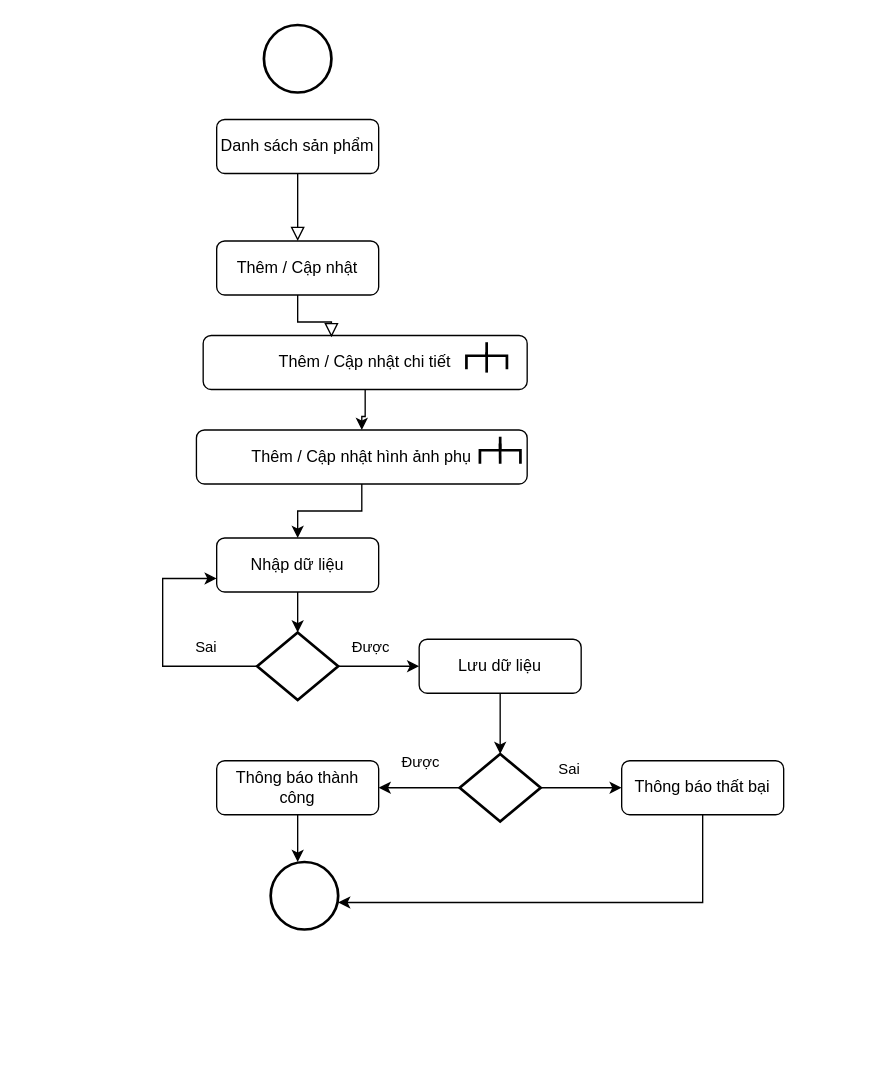
Before: SanPhamFl.drawio in duongquocvu0411/CDSG-CNPM, a draw.io diagram. Source tidied: cells renumbered, new cells numbered last; positions are measured from the earlier drawing's top-left corner, leaving out a move shared by most shapes. Both pictures are drawn from the tidied source at 135%, with x=0, y=0 at pixel (162, 24).
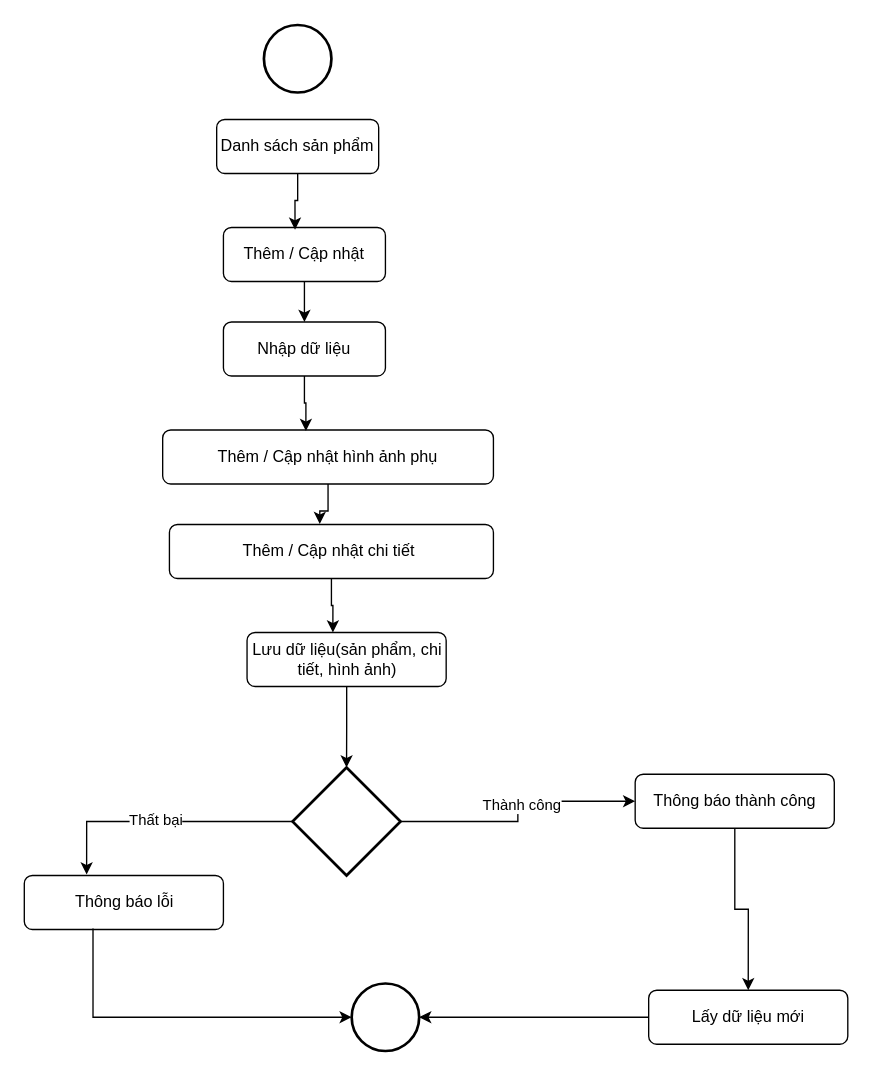
After the change.

The change refers to these unchanged cells:
```xml
<mxCell id="3" value="Danh sách sản phẩm" style="rounded=1;whiteSpace=wrap;html=1;fontSize=12;glass=0;strokeWidth=1;shadow=0;" parent="1" vertex="1">
  <mxGeometry x="40" y="70" width="120" height="40" as="geometry" />
</mxCell>
```

What changed in the source:
```diff
@@
-    <mxCell id="2" style="rounded=0;html=1;jettySize=auto;fontSize=11;endArrow=block;endFill=0;endSize=8;strokeWidth=1;shadow=0;labelBackgroundColor=none;edgeStyle=orthogonalEdgeStyle;" parent="1" edge="1" source="3">
-      <mxGeometry relative="1" as="geometry">
-        <mxPoint x="100" y="160" as="targetPoint" />
-      </mxGeometry>
-    </mxCell>
@@
+    <mxCell id="34" style="edgeStyle=orthogonalEdgeStyle;rounded=0;jettySize=auto;html=1;entryX=0.5;entryY=0;entryDx=0;entryDy=0;" parent="1" edge="1" source="5" target="12">
+      <mxGeometry relative="1" as="geometry" />
+    </mxCell>
     <mxCell id="5" value="Thêm / Cập nhật" style="rounded=1;whiteSpace=wrap;html=1;fontSize=12;glass=0;strokeWidth=1;shadow=0;" parent="1" vertex="1">
-      <mxGeometry x="40" y="160" width="120" height="40" as="geometry" />
+      <mxGeometry x="45" y="150" width="120" height="40" as="geometry" />
     </mxCell>
-    <mxCell id="6" style="edgeStyle=orthogonalEdgeStyle;rounded=0;jettySize=auto;html=1;entryX=0;entryY=0.75;entryDx=0;entryDy=0;" parent="1" edge="1" source="10" target="12">
-      <mxGeometry relative="1" as="geometry">
-        <Array as="points">
-          <mxPoint y="475" />
-          <mxPoint y="410" />
-        </Array>
-      </mxGeometry>
-    </mxCell>
-    <mxCell id="7" value="Sai" style="edgeLabel;html=1;align=center;verticalAlign=middle;" parent="6" vertex="1">
-      <mxGeometry x="-0.55" y="-1" relative="1" as="geometry">
-        <mxPoint y="-14" as="offset" />
-      </mxGeometry>
-    </mxCell>
-    <mxCell id="8" style="edgeStyle=orthogonalEdgeStyle;rounded=0;jettySize=auto;html=1;" parent="1" edge="1" source="10" target="14">
-      <mxGeometry relative="1" as="geometry" />
-    </mxCell>
-    <mxCell id="9" value="Được" style="edgeLabel;html=1;align=center;verticalAlign=middle;" parent="8" vertex="1">
-      <mxGeometry x="-0.23" y="4" relative="1" as="geometry">
-        <mxPoint y="-11" as="offset" />
-      </mxGeometry>
-    </mxCell>
-    <mxCell id="10" style="strokeWidth=2;html=1;shape=mxgraph.flowchart.decision;whiteSpace=wrap;" parent="1" vertex="1">
-      <mxGeometry x="70" y="450" width="60" height="50" as="geometry" />
-    </mxCell>
-    <mxCell id="11" style="edgeStyle=orthogonalEdgeStyle;rounded=0;jettySize=auto;html=1;" parent="1" edge="1" source="12" target="10">
-      <mxGeometry relative="1" as="geometry" />
-    </mxCell>
     <mxCell id="12" value="Nhập dữ liệu" style="rounded=1;whiteSpace=wrap;html=1;fontSize=12;glass=0;strokeWidth=1;shadow=0;" parent="1" vertex="1">
-      <mxGeometry x="40" y="380" width="120" height="40" as="geometry" />
+      <mxGeometry x="45" y="220" width="120" height="40" as="geometry" />
     </mxCell>
-    <mxCell id="13" style="edgeStyle=orthogonalEdgeStyle;rounded=0;jettySize=auto;html=1;" parent="1" edge="1" source="14" target="18">
-      <mxGeometry relative="1" as="geometry" />
-    </mxCell>
+    <mxCell id="35" style="edgeStyle=orthogonalEdgeStyle;rounded=0;jettySize=auto;html=1;" parent="1" edge="1" source="14" target="41">
+      <mxGeometry relative="1" as="geometry" />
+    </mxCell>
-    <mxCell id="14" value="Lưu dữ liệu" style="rounded=1;whiteSpace=wrap;html=1;fontSize=12;glass=0;strokeWidth=1;shadow=0;" parent="1" vertex="1">
-      <mxGeometry x="190" y="455" width="120" height="40" as="geometry" />
+    <mxCell id="14" value="Lưu dữ liệu(sản phẩm, chi tiết, hình ảnh)" style="rounded=1;whiteSpace=wrap;html=1;fontSize=12;glass=0;strokeWidth=1;shadow=0;" parent="1" vertex="1">
+      <mxGeometry x="62.5" y="450" width="147.5" height="40" as="geometry" />
     </mxCell>
-    <mxCell id="15" style="edgeStyle=orthogonalEdgeStyle;rounded=0;jettySize=auto;html=1;" parent="1" edge="1" source="18" target="20">
-      <mxGeometry relative="1" as="geometry" />
-    </mxCell>
-    <mxCell id="16" value="Được" style="edgeLabel;html=1;align=center;verticalAlign=middle;" parent="15" vertex="1">
-      <mxGeometry x="-0.13" relative="1" as="geometry">
-        <mxPoint x="-4" y="-20" as="offset" />
-      </mxGeometry>
-    </mxCell>
-    <mxCell id="17" style="edgeStyle=orthogonalEdgeStyle;rounded=0;jettySize=auto;html=1;" parent="1" edge="1" source="18">
-      <mxGeometry relative="1" as="geometry">
-        <mxPoint x="340" y="565" as="targetPoint" />
-      </mxGeometry>
-    </mxCell>
-    <mxCell id="18" style="strokeWidth=2;html=1;shape=mxgraph.flowchart.decision;whiteSpace=wrap;" parent="1" vertex="1">
-      <mxGeometry x="220" y="540" width="60" height="50" as="geometry" />
-    </mxCell>
-    <mxCell id="19" style="edgeStyle=orthogonalEdgeStyle;rounded=0;jettySize=auto;html=1;" parent="1" edge="1" source="20">
-      <mxGeometry relative="1" as="geometry">
-        <mxPoint x="100" y="620" as="targetPoint" />
-      </mxGeometry>
-    </mxCell>
+    <mxCell id="21" style="strokeWidth=2;html=1;shape=mxgraph.flowchart.start_2;whiteSpace=wrap;" parent="1" vertex="1">
+      <mxGeometry x="140" y="710" width="50" height="50" as="geometry" />
+    </mxCell>
+    <mxCell id="26" value="Thêm / Cập nhật chi tiết&amp;nbsp;" style="rounded=1;whiteSpace=wrap;html=1;fontSize=12;glass=0;strokeWidth=1;shadow=0;" parent="1" vertex="1">
+      <mxGeometry x="5" y="370" width="240" height="40" as="geometry" />
+    </mxCell>
+    <mxCell id="29" value="Thêm / Cập nhật hình ảnh phụ" style="rounded=1;whiteSpace=wrap;html=1;fontSize=12;glass=0;strokeWidth=1;shadow=0;" parent="1" vertex="1">
+      <mxGeometry y="300" width="245" height="40" as="geometry" />
+    </mxCell>
+    <mxCell id="36" style="edgeStyle=orthogonalEdgeStyle;rounded=0;jettySize=auto;html=1;entryX=0.442;entryY=0.04;entryDx=0;entryDy=0;entryPerimeter=0;" parent="1" edge="1" source="3" target="5">
+      <mxGeometry relative="1" as="geometry" />
+    </mxCell>
+    <mxCell id="37" style="edgeStyle=orthogonalEdgeStyle;rounded=0;jettySize=auto;html=1;entryX=0.464;entryY=-0.01;entryDx=0;entryDy=0;entryPerimeter=0;" parent="1" edge="1" source="29" target="26">
+      <mxGeometry relative="1" as="geometry" />
+    </mxCell>
+    <mxCell id="38" style="edgeStyle=orthogonalEdgeStyle;rounded=0;jettySize=auto;html=1;entryX=0.431;entryY=0;entryDx=0;entryDy=0;entryPerimeter=0;" parent="1" edge="1" source="26" target="14">
+      <mxGeometry relative="1" as="geometry" />
+    </mxCell>
+    <mxCell id="39" style="edgeStyle=orthogonalEdgeStyle;rounded=0;jettySize=auto;html=1;" parent="1" edge="1" source="41" target="20">
+      <mxGeometry relative="1" as="geometry" />
+    </mxCell>
+    <mxCell id="40" value="Thành công" style="edgeLabel;html=1;align=center;verticalAlign=middle;" parent="39" vertex="1">
+      <mxGeometry x="0.1" y="-2" relative="1" as="geometry" />
+    </mxCell>
+    <mxCell id="41" style="strokeWidth=2;html=1;shape=mxgraph.flowchart.decision;whiteSpace=wrap;" parent="1" vertex="1">
+      <mxGeometry x="96.2" y="550" width="80" height="80" as="geometry" />
+    </mxCell>
+    <mxCell id="42" style="edgeStyle=orthogonalEdgeStyle;rounded=0;jettySize=auto;html=1;entryX=0.5;entryY=0;entryDx=0;entryDy=0;" parent="1" edge="1" source="20" target="44">
+      <mxGeometry relative="1" as="geometry" />
+    </mxCell>
     <mxCell id="20" value="Thông báo thành công" style="rounded=1;whiteSpace=wrap;html=1;fontSize=12;glass=0;strokeWidth=1;shadow=0;" parent="1" vertex="1">
-      <mxGeometry x="40" y="545" width="120" height="40" as="geometry" />
+      <mxGeometry x="350" y="555" width="147.5" height="40" as="geometry" />
     </mxCell>
-    <mxCell id="21" style="strokeWidth=2;html=1;shape=mxgraph.flowchart.start_2;whiteSpace=wrap;" parent="1" vertex="1">
-      <mxGeometry x="80" y="620" width="50" height="50" as="geometry" />
-    </mxCell>
-    <mxCell id="22" value="Sai" style="edgeLabel;html=1;align=center;verticalAlign=middle;" parent="1" vertex="1">
-      <mxGeometry x="300" y="550" as="geometry" />
-    </mxCell>
-    <mxCell id="23" value="Thông báo thất bại" style="rounded=1;whiteSpace=wrap;html=1;fontSize=12;glass=0;strokeWidth=1;shadow=0;" parent="1" vertex="1">
-      <mxGeometry x="340" y="545" width="120" height="40" as="geometry" />
-    </mxCell>
-    <mxCell id="24" style="edgeStyle=orthogonalEdgeStyle;rounded=0;orthogonalLoop=1;jettySize=auto;html=1;exitX=0.5;exitY=1;exitDx=0;exitDy=0;" parent="1" edge="1">
-      <mxGeometry relative="1" as="geometry">
-        <mxPoint x="400" y="585" as="sourcePoint" />
-        <mxPoint x="130" y="650" as="targetPoint" />
-        <Array as="points">
-          <mxPoint x="400" y="650" />
-        </Array>
-      </mxGeometry>
-    </mxCell>
-    <mxCell id="25" style="edgeStyle=orthogonalEdgeStyle;rounded=0;jettySize=auto;html=1;" parent="1" edge="1" source="26" target="29">
-      <mxGeometry relative="1" as="geometry" />
-    </mxCell>
-    <mxCell id="26" value="Thêm / Cập nhật chi tiết" style="rounded=1;whiteSpace=wrap;html=1;fontSize=12;glass=0;strokeWidth=1;shadow=0;" parent="1" vertex="1">
-      <mxGeometry x="30" y="230" width="240" height="40" as="geometry" />
-    </mxCell>
-    <mxCell id="27" style="rounded=0;html=1;jettySize=auto;fontSize=11;endArrow=block;endFill=0;endSize=8;strokeWidth=1;shadow=0;labelBackgroundColor=none;edgeStyle=orthogonalEdgeStyle;exitX=0.5;exitY=1;exitDx=0;exitDy=0;entryX=0.396;entryY=0.034;entryDx=0;entryDy=0;entryPerimeter=0;" parent="1" edge="1" source="5" target="26">
-      <mxGeometry relative="1" as="geometry" />
-    </mxCell>
-    <mxCell id="28" style="edgeStyle=orthogonalEdgeStyle;rounded=0;jettySize=auto;html=1;" parent="1" edge="1" source="29" target="12">
-      <mxGeometry relative="1" as="geometry" />
-    </mxCell>
-    <mxCell id="29" value="Thêm / Cập nhật hình ảnh phụ" style="rounded=1;whiteSpace=wrap;html=1;fontSize=12;glass=0;strokeWidth=1;shadow=0;" parent="1" vertex="1">
-      <mxGeometry x="25" y="300" width="245" height="40" as="geometry" />
-    </mxCell>
-    <mxCell id="30" style="strokeWidth=2;html=1;shape=mxgraph.flowchart.annotation_2;align=left;labelPosition=right;rotation=90;" parent="1" vertex="1">
-      <mxGeometry x="240" y="300" width="20" height="30" as="geometry" />
-    </mxCell>
-    <mxCell id="31" style="endArrow=none;html=1;rounded=0;strokeWidth=2;entryX=0.25;entryY=0.503;entryDx=0;entryDy=0;entryPerimeter=0;exitX=1;exitY=0.5;exitDx=0;exitDy=0;exitPerimeter=0;" parent="1" edge="1" source="30" target="30">
-      <mxGeometry relative="1" as="geometry" />
-    </mxCell>
-    <mxCell id="32" style="strokeWidth=2;html=1;shape=mxgraph.flowchart.annotation_2;align=left;labelPosition=right;rotation=90;" parent="1" vertex="1">
-      <mxGeometry x="230" y="230" width="20" height="30" as="geometry" />
-    </mxCell>
-    <mxCell id="33" style="endArrow=none;html=1;rounded=0;strokeWidth=2;entryX=0.25;entryY=0.503;entryDx=0;entryDy=0;entryPerimeter=0;exitX=1;exitY=0.5;exitDx=0;exitDy=0;exitPerimeter=0;" parent="1" edge="1">
-      <mxGeometry relative="1" as="geometry">
-        <mxPoint x="240" y="257.5" as="sourcePoint" />
-        <mxPoint x="240" y="242.5" as="targetPoint" />
-      </mxGeometry>
-    </mxCell>
+    <mxCell id="43" style="edgeStyle=orthogonalEdgeStyle;rounded=0;jettySize=auto;html=1;" parent="1" edge="1" source="44" target="21">
+      <mxGeometry relative="1" as="geometry" />
+    </mxCell>
+    <mxCell id="44" value="Lấy dữ liệu mới" style="rounded=1;whiteSpace=wrap;html=1;fontSize=12;glass=0;strokeWidth=1;shadow=0;" parent="1" vertex="1">
+      <mxGeometry x="360" y="715" width="147.5" height="40" as="geometry" />
+    </mxCell>
+    <mxCell id="45" value="Thông báo lỗi" style="rounded=1;whiteSpace=wrap;html=1;fontSize=12;glass=0;strokeWidth=1;shadow=0;" parent="1" vertex="1">
+      <mxGeometry x="-102.5" y="630" width="147.5" height="40" as="geometry" />
+    </mxCell>
+    <mxCell id="46" style="edgeStyle=orthogonalEdgeStyle;rounded=0;jettySize=auto;html=1;entryX=0.313;entryY=-0.02;entryDx=0;entryDy=0;entryPerimeter=0;" parent="1" edge="1" source="41" target="45">
+      <mxGeometry relative="1" as="geometry" />
+    </mxCell>
+    <mxCell id="47" value="Thất bại" style="edgeLabel;html=1;align=center;verticalAlign=middle;" parent="46" vertex="1">
+      <mxGeometry x="0.06" y="-2" relative="1" as="geometry" />
+    </mxCell>
+    <mxCell id="48" style="edgeStyle=orthogonalEdgeStyle;rounded=0;jettySize=auto;html=1;entryX=0;entryY=0.5;entryDx=0;entryDy=0;entryPerimeter=0;exitX=0.345;exitY=0.98;exitDx=0;exitDy=0;exitPerimeter=0;" parent="1" edge="1" source="45" target="21">
+      <mxGeometry relative="1" as="geometry" />
+    </mxCell>
+    <mxCell id="49" style="edgeStyle=orthogonalEdgeStyle;rounded=0;jettySize=auto;html=1;entryX=0.433;entryY=0.02;entryDx=0;entryDy=0;entryPerimeter=0;" parent="1" edge="1" source="12" target="29">
+      <mxGeometry relative="1" as="geometry" />
+    </mxCell>
```
